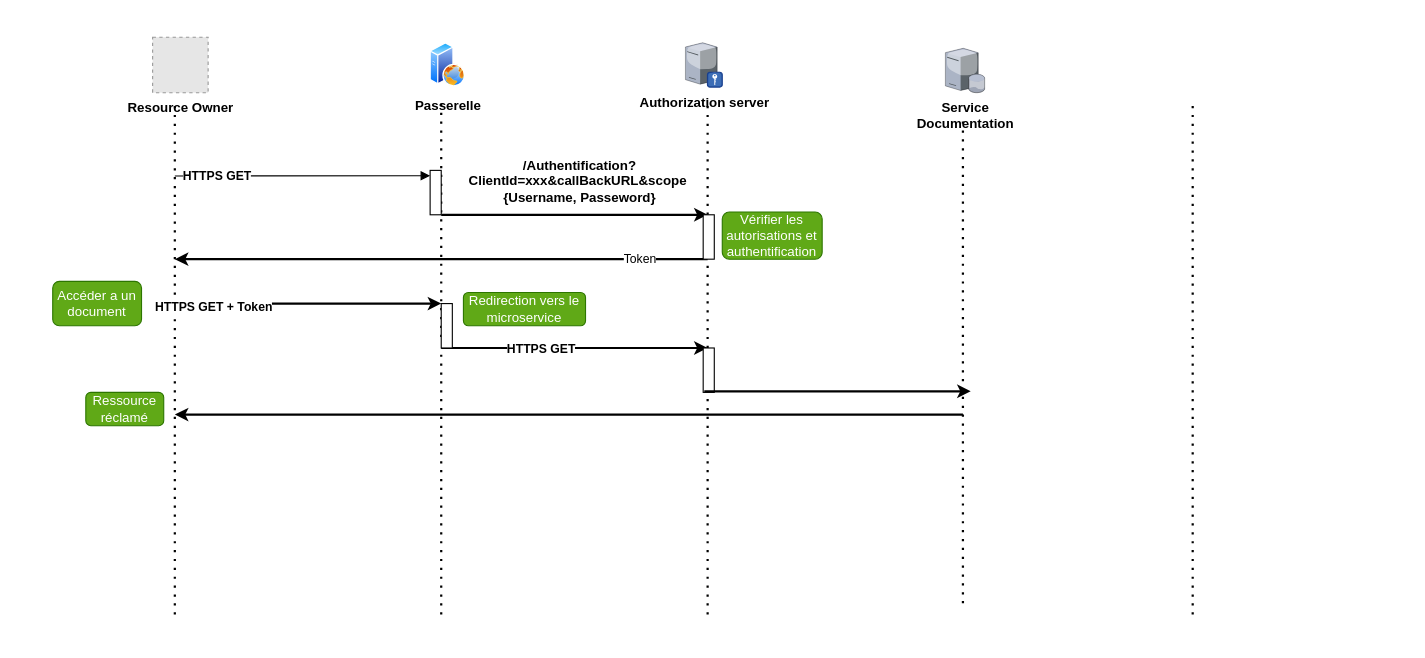
This is page "Diagr_SequenceAstraRecherche" (8 of 10) of AstraComponentDiagr.drawio from Lamessolo/ProjetLeadTech, a draw.io file, before an edit. Source tidied: cells renumbered, new cells numbered last; positions are measured from the earlier drawing's top-left corner, leaving out a move shared by most shapes. Both pictures are drawn from the tidied source at 111%, with x=0, y=0 at pixel (52, 37). Pictures stored in the file or linked from it are replaced by grey dashed boxes.
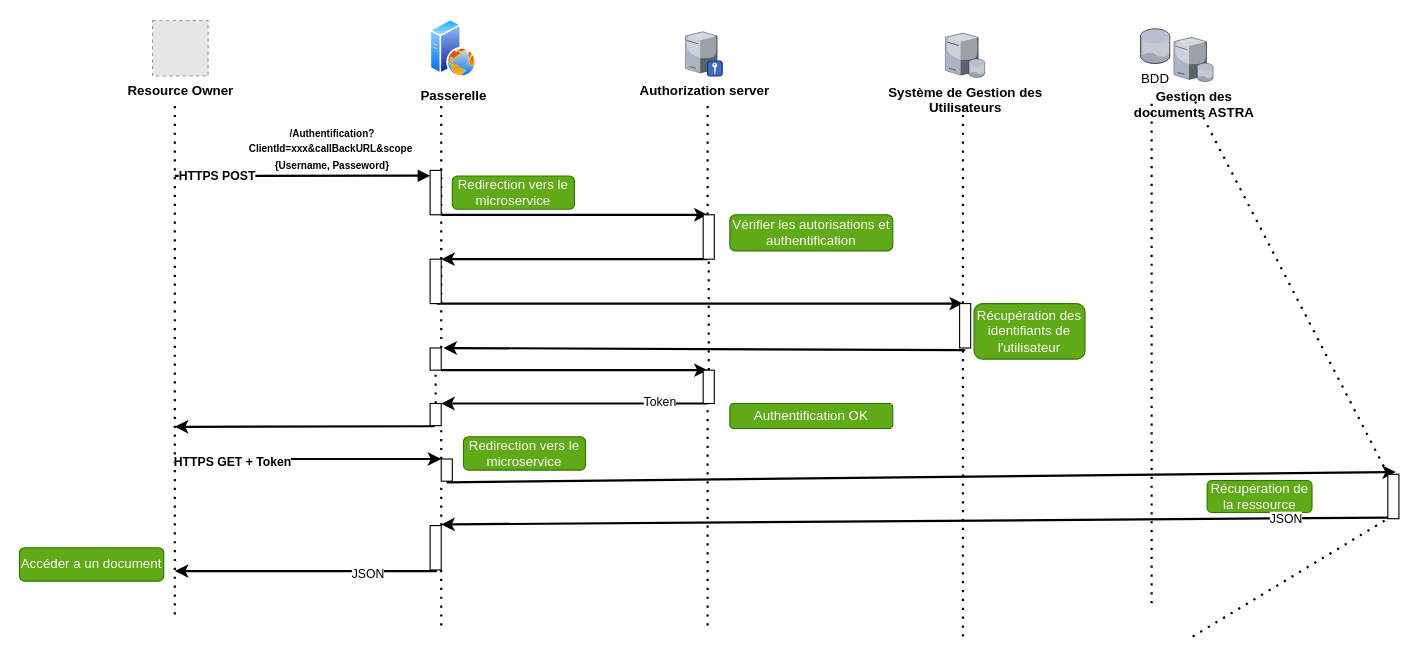
The same page after the edit.

The change refers to these unchanged cells:
```xml
<mxCell id="19" style="html=1;points=[];perimeter=orthogonalPerimeter;" parent="1" vertex="1">
  <mxGeometry x="340" y="120" width="10" height="40" as="geometry" />
</mxCell>
<mxCell id="22" style="html=1;points=[];perimeter=orthogonalPerimeter;" parent="1" vertex="1">
  <mxGeometry x="586" y="160" width="10" height="40" as="geometry" />
</mxCell>
```

Diff of the diagram source:
```diff
@@
     <mxCell id="2" value="&lt;b&gt;Resource Owner&lt;/b&gt;" style="fillColor=#E6E6E6;strokeColor=#999999;dashed=1;html=1;verticalAlign=top;verticalLabelPosition=bottom;labelBackgroundColor=#ffffff;" parent="1" vertex="1">
-      <mxGeometry x="90" width="50" height="50" as="geometry" />
+      <mxGeometry x="90" y="-15" width="50" height="50" as="geometry" />
     </mxCell>
@@
     <mxCell id="4" value="&lt;b&gt;Passerelle&lt;/b&gt;" style="perimeter=ellipsePerimeter;html=1;align=center;shadow=0;dashed=0;spacingTop=3;image;image=img/lib/active_directory/web_server.svg;" parent="1" vertex="1">
-      <mxGeometry x="340" y="5" width="32" height="40" as="geometry" />
+      <mxGeometry x="340" y="-16.2" width="42" height="52.5" as="geometry" />
     </mxCell>
-    <mxCell id="5" style="endArrow=none;dashed=1;html=1;dashPattern=1 3;strokeWidth=2;" parent="1" edge="1">
+    <mxCell id="5" style="endArrow=none;dashed=1;html=1;dashPattern=1 3;strokeWidth=2;" parent="1" edge="1" source="38">
       <mxGeometry relative="1" as="geometry">
-        <mxPoint x="350" y="270" as="sourcePoint" />
         <mxPoint x="350" y="60" as="targetPoint" />
       </mxGeometry>
     </mxCell>
     <mxCell id="6" value="&lt;b&gt;Authorization server&lt;/b&gt;" style="verticalLabelPosition=bottom;html=1;verticalAlign=top;strokeColor=none;align=center;shape=mxgraph.citrix.radius_server;" parent="1" vertex="1">
-      <mxGeometry x="570" y="5" width="33.2" height="40" as="geometry" />
+      <mxGeometry x="570" y="-5" width="33.2" height="40" as="geometry" />
     </mxCell>
@@
-    <mxCell id="9" value="&lt;b&gt;/Authentification?ClientId=xxx&amp;amp;callBackURL&amp;amp;scope&amp;nbsp; {Username, Passeword}&lt;/b&gt;" style="text;html=1;strokeColor=none;fillColor=none;align=center;verticalAlign=middle;whiteSpace=wrap;rounded=0;" parent="1" vertex="1">
-      <mxGeometry x="376.5" y="110" width="196" height="40" as="geometry" />
+    <mxCell id="9" value="&lt;b&gt;&lt;font style=&quot;font-size: 9px&quot;&gt;/Authentification?ClientId=xxx&amp;amp;callBackURL&amp;amp;scope&amp;nbsp; {Username, Passeword}&lt;/font&gt;&lt;/b&gt;" style="text;html=1;strokeColor=none;fillColor=none;align=center;verticalAlign=middle;whiteSpace=wrap;rounded=0;" parent="1" vertex="1">
+      <mxGeometry x="154" y="80" width="196" height="40" as="geometry" />
     </mxCell>
     <mxCell id="10" style="endArrow=classic;html=1;strokeWidth=2;" parent="1" edge="1">
       <mxGeometry relative="1" as="geometry">
         <mxPoint x="590" y="200" as="sourcePoint" />
-        <mxPoint x="110" y="200" as="targetPoint" />
+        <mxPoint x="350" y="200" as="targetPoint" />
       </mxGeometry>
     </mxCell>
-    <mxCell id="11" value="Token" style="edgeLabel;html=1;align=center;verticalAlign=middle;" parent="10" vertex="1">
-      <mxGeometry x="-0.74" y="-1" relative="1" as="geometry" />
-    </mxCell>
     <mxCell id="12" style="endArrow=classic;html=1;strokeWidth=2;" parent="1" edge="1">
       <mxGeometry relative="1" as="geometry">
-        <mxPoint x="110" y="240" as="sourcePoint" />
-        <mxPoint x="350" y="240" as="targetPoint" />
+        <mxPoint x="130" y="380" as="sourcePoint" />
+        <mxPoint x="350" y="380" as="targetPoint" />
       </mxGeometry>
     </mxCell>
@@
     <mxCell id="14" style="endArrow=classic;html=1;strokeWidth=2;" parent="1" edge="1">
       <mxGeometry relative="1" as="geometry">
-        <mxPoint x="350" y="280" as="sourcePoint" />
-        <mxPoint x="590" y="280" as="targetPoint" />
+        <mxPoint x="346" y="240" as="sourcePoint" />
+        <mxPoint x="820" y="240" as="targetPoint" />
         <Array as="points">
-          <mxPoint x="490" y="280" />
+          <mxPoint x="486" y="240" />
         </Array>
       </mxGeometry>
     </mxCell>
-    <mxCell id="15" value="&lt;b&gt;HTTPS GET&lt;/b&gt;" style="edgeLabel;html=1;align=center;verticalAlign=middle;" parent="14" vertex="1">
-      <mxGeometry x="-0.26" relative="1" as="geometry" />
-    </mxCell>
     <mxCell id="16" value="Vérifier les autorisations et authentification" style="rounded=1;whiteSpace=wrap;html=1;strokeColor=#2D7600;fillColor=#60a917;fontColor=#ffffff;" parent="1" vertex="1">
-      <mxGeometry x="603.2" y="157.5" width="90" height="42.5" as="geometry" />
+      <mxGeometry x="610" y="160" width="146.8" height="32.5" as="geometry" />
     </mxCell>
     <mxCell id="17" value="Redirection vers le microservice" style="rounded=1;whiteSpace=wrap;html=1;strokeColor=#2D7600;fillColor=#60a917;fontColor=#ffffff;" parent="1" vertex="1">
-      <mxGeometry x="370" y="230" width="110" height="30" as="geometry" />
+      <mxGeometry x="360" y="125" width="110" height="30" as="geometry" />
     </mxCell>
     <mxCell id="18" style="endArrow=classic;html=1;strokeWidth=2;" parent="1" edge="1">
       <mxGeometry relative="1" as="geometry">
-        <mxPoint x="820" y="340" as="sourcePoint" />
-        <mxPoint x="110" y="340" as="targetPoint" />
+        <mxPoint x="590" y="330" as="sourcePoint" />
+        <mxPoint x="350" y="330" as="targetPoint" />
       </mxGeometry>
     </mxCell>
+    <mxCell id="11" value="Token" style="edgeLabel;html=1;align=center;verticalAlign=middle;" parent="18" vertex="1">
+      <mxGeometry x="-0.63" y="-2" relative="1" as="geometry" />
+    </mxCell>
@@
-    <mxCell id="20" style="html=1;verticalAlign=bottom;endArrow=block;entryX=0;entryY=0.12;entryDx=0;entryDy=0;entryPerimeter=0;" parent="1" edge="1" target="19">
+    <mxCell id="20" style="html=1;verticalAlign=bottom;endArrow=block;entryX=0;entryY=0.12;entryDx=0;entryDy=0;entryPerimeter=0;strokeWidth=2;" parent="1" edge="1" target="19">
       <mxGeometry x="-0.05" y="12" relative="1" as="geometry">
         <mxPoint x="110" y="125" as="sourcePoint" />
       </mxGeometry>
     </mxCell>
-    <mxCell id="21" value="&lt;b&gt;HTTPS GET&lt;/b&gt;" style="edgeLabel;html=1;align=center;verticalAlign=middle;" parent="20" vertex="1">
+    <mxCell id="21" value="&lt;b&gt;HTTPS POST&lt;/b&gt;" style="edgeLabel;html=1;align=center;verticalAlign=middle;" parent="20" vertex="1">
       <mxGeometry x="-0.67" relative="1" as="geometry" />
     </mxCell>
@@
-    <mxCell id="23" style="endArrow=none;dashed=1;html=1;dashPattern=1 3;strokeWidth=2;" parent="1" edge="1" target="22">
-      <mxGeometry relative="1" as="geometry">
-        <mxPoint x="590" y="520" as="sourcePoint" />
-      </mxGeometry>
+    <mxCell id="23" style="endArrow=none;dashed=1;html=1;dashPattern=1 3;strokeWidth=2;" parent="1" edge="1" source="41" target="22">
+      <mxGeometry relative="1" as="geometry" />
     </mxCell>
-    <mxCell id="24" style="endArrow=none;dashed=1;html=1;dashPattern=1 3;strokeWidth=2;" parent="1" edge="1">
+    <mxCell id="24" style="endArrow=none;dashed=1;html=1;dashPattern=1 3;strokeWidth=2;" parent="1" edge="1" source="32">
       <mxGeometry relative="1" as="geometry">
-        <mxPoint x="820" y="510" as="sourcePoint" />
-        <mxPoint x="820" y="70" as="targetPoint" />
+        <mxPoint x="820" y="60" as="targetPoint" />
       </mxGeometry>
     </mxCell>
-    <mxCell id="25" style="endArrow=none;dashed=1;html=1;dashPattern=1 3;strokeWidth=2;" parent="1" edge="1" source="26">
+    <mxCell id="25" style="endArrow=none;dashed=1;html=1;dashPattern=1 3;strokeWidth=2;" parent="1" edge="1">
       <mxGeometry relative="1" as="geometry">
-        <mxPoint x="350" y="240" as="targetPoint" />
+        <mxPoint x="380" y="410" as="sourcePoint" />
+        <mxPoint x="380" y="410" as="targetPoint" />
       </mxGeometry>
     </mxCell>
-    <mxCell id="26" style="html=1;points=[];perimeter=orthogonalPerimeter;" parent="1" vertex="1">
-      <mxGeometry x="350" y="240" width="10" height="40" as="geometry" />
-    </mxCell>
-    <mxCell id="27" style="endArrow=none;dashed=1;html=1;dashPattern=1 3;strokeWidth=2;" parent="1" edge="1" target="26">
-      <mxGeometry relative="1" as="geometry">
-        <mxPoint x="350" y="520" as="sourcePoint" />
-      </mxGeometry>
-    </mxCell>
-    <mxCell id="28" value="&lt;b&gt;Service &lt;br&gt;Documentation&lt;/b&gt;" style="verticalLabelPosition=bottom;html=1;verticalAlign=top;strokeColor=none;align=center;shape=mxgraph.citrix.database_server;" parent="1" vertex="1">
-      <mxGeometry x="804.2" y="10" width="35.5" height="40" as="geometry" />
+    <mxCell id="28" value="&lt;b&gt;Gestion des &lt;br&gt;documents ASTRA&lt;/b&gt;" style="verticalLabelPosition=bottom;html=1;verticalAlign=top;strokeColor=none;align=center;shape=mxgraph.citrix.database_server;" parent="1" vertex="1">
+      <mxGeometry x="1010" width="35.5" height="40" as="geometry" />
     </mxCell>
-    <mxCell id="29" style="endArrow=none;dashed=1;html=1;dashPattern=1 3;strokeWidth=2;" parent="1" edge="1">
+    <mxCell id="29" style="endArrow=none;dashed=1;html=1;dashPattern=1 3;strokeWidth=2;" parent="1" edge="1" source="55">
       <mxGeometry relative="1" as="geometry">
-        <mxPoint x="1027" y="520" as="sourcePoint" />
-        <mxPoint x="1027" y="60" as="targetPoint" />
+        <mxPoint x="1027" y="53.8" as="targetPoint" />
       </mxGeometry>
     </mxCell>
-    <mxCell id="30" value="Ressource réclamé" style="rounded=1;whiteSpace=wrap;html=1;strokeColor=#2D7600;fillColor=#60a917;fontColor=#ffffff;" parent="1" vertex="1">
-      <mxGeometry x="29.8" y="320" width="70.2" height="30" as="geometry" />
-    </mxCell>
     <mxCell id="31" value="Accéder a un document" style="rounded=1;whiteSpace=wrap;html=1;strokeColor=#2D7600;fillColor=#60a917;fontColor=#ffffff;" parent="1" vertex="1">
-      <mxGeometry y="220" width="80" height="40" as="geometry" />
+      <mxGeometry x="-30" y="460" width="130" height="30" as="geometry" />
     </mxCell>
+    <mxCell id="34" value="&lt;b&gt;Système&amp;nbsp;de Gestion des &lt;/b&gt;&lt;br&gt;&lt;b&gt;Utilisateurs&lt;/b&gt;" style="verticalLabelPosition=bottom;html=1;verticalAlign=top;strokeColor=none;align=center;shape=mxgraph.citrix.database_server;" parent="1" vertex="1">
+      <mxGeometry x="804.2" y="-3.8" width="35.5" height="40" as="geometry" />
+    </mxCell>
+    <mxCell id="35" style="html=1;perimeter=orthogonalPerimeter;" parent="1" vertex="1">
+      <mxGeometry x="340" y="200" width="10" height="40" as="geometry" />
+    </mxCell>
     <mxCell id="32" style="html=1;points=[];perimeter=orthogonalPerimeter;" parent="1" vertex="1">
-      <mxGeometry x="586" y="280" width="10" height="40" as="geometry" />
+      <mxGeometry x="817" y="240" width="10" height="40" as="geometry" />
     </mxCell>
-    <mxCell id="33" style="endArrow=classic;html=1;strokeWidth=2;" parent="1" edge="1">
-      <mxGeometry relative="1" as="geometry">
-        <mxPoint x="587" y="319" as="sourcePoint" />
-        <mxPoint x="827" y="319" as="targetPoint" />
-        <Array as="points">
-          <mxPoint x="727" y="319" />
-        </Array>
-      </mxGeometry>
-    </mxCell>
+    <mxCell id="36" style="endArrow=none;dashed=1;html=1;dashPattern=1 3;strokeWidth=2;" parent="1" edge="1" target="32">
+      <mxGeometry relative="1" as="geometry">
+        <mxPoint x="820" y="540" as="sourcePoint" />
+      </mxGeometry>
+    </mxCell>
+    <mxCell id="37" style="endArrow=classic;html=1;strokeWidth=2;exitX=0.5;exitY=1.05;exitDx=0;exitDy=0;exitPerimeter=0;entryX=1.2;entryY=0;entryDx=0;entryDy=0;entryPerimeter=0;" parent="1" edge="1" source="32" target="38">
+      <mxGeometry relative="1" as="geometry" />
+    </mxCell>
+    <mxCell id="38" style="html=1;points=[];perimeter=orthogonalPerimeter;" parent="1" vertex="1">
+      <mxGeometry x="340" y="280" width="10" height="20" as="geometry" />
+    </mxCell>
+    <mxCell id="39" style="endArrow=none;dashed=1;html=1;dashPattern=1 3;strokeWidth=2;" parent="1" edge="1" source="45" target="38">
+      <mxGeometry relative="1" as="geometry" />
+    </mxCell>
+    <mxCell id="40" style="endArrow=classic;html=1;strokeWidth=2;" parent="1" edge="1">
+      <mxGeometry relative="1" as="geometry">
+        <mxPoint x="350" y="300" as="sourcePoint" />
+        <mxPoint x="590" y="300" as="targetPoint" />
+      </mxGeometry>
+    </mxCell>
+    <mxCell id="41" style="html=1;points=[];perimeter=orthogonalPerimeter;" parent="1" vertex="1">
+      <mxGeometry x="586" y="300" width="10" height="30" as="geometry" />
+    </mxCell>
+    <mxCell id="42" style="endArrow=none;dashed=1;html=1;dashPattern=1 3;strokeWidth=2;" parent="1" edge="1" target="41">
+      <mxGeometry relative="1" as="geometry">
+        <mxPoint x="590" y="530" as="sourcePoint" />
+      </mxGeometry>
+    </mxCell>
+    <mxCell id="43" value="Authentification OK" style="rounded=1;whiteSpace=wrap;html=1;strokeColor=#2D7600;fillColor=#60a917;fontColor=#ffffff;" parent="1" vertex="1">
+      <mxGeometry x="610" y="330" width="146.8" height="22.5" as="geometry" />
+    </mxCell>
+    <mxCell id="44" value="Récupération des identifiants de l'utilisateur" style="rounded=1;whiteSpace=wrap;html=1;strokeColor=#2D7600;fillColor=#60a917;fontColor=#ffffff;" parent="1" vertex="1">
+      <mxGeometry x="830" y="240" width="100" height="50" as="geometry" />
+    </mxCell>
+    <mxCell id="45" style="html=1;points=[];perimeter=orthogonalPerimeter;" parent="1" vertex="1">
+      <mxGeometry x="340" y="330" width="10" height="20" as="geometry" />
+    </mxCell>
+    <mxCell id="46" style="endArrow=none;dashed=1;html=1;dashPattern=1 3;strokeWidth=2;" parent="1" edge="1" source="48" target="45">
+      <mxGeometry relative="1" as="geometry" />
+    </mxCell>
+    <mxCell id="47" style="endArrow=classic;html=1;strokeWidth=2;exitX=0.4;exitY=1.025;exitDx=0;exitDy=0;exitPerimeter=0;" parent="1" edge="1" source="45">
+      <mxGeometry relative="1" as="geometry">
+        <mxPoint x="110" y="351" as="targetPoint" />
+      </mxGeometry>
+    </mxCell>
+    <mxCell id="48" style="html=1;points=[];perimeter=orthogonalPerimeter;" parent="1" vertex="1">
+      <mxGeometry x="350" y="380" width="10" height="20" as="geometry" />
+    </mxCell>
+    <mxCell id="49" style="endArrow=none;dashed=1;html=1;dashPattern=1 3;strokeWidth=2;" parent="1" edge="1" source="57" target="48">
+      <mxGeometry relative="1" as="geometry" />
+    </mxCell>
+    <mxCell id="50" style="endArrow=classic;html=1;strokeWidth=2;exitX=0.5;exitY=1.05;exitDx=0;exitDy=0;exitPerimeter=0;entryX=0.722;entryY=-0.05;entryDx=0;entryDy=0;entryPerimeter=0;" parent="1" edge="1" source="48" target="55">
+      <mxGeometry relative="1" as="geometry" />
+    </mxCell>
+    <mxCell id="51" value="Redirection vers le microservice" style="rounded=1;whiteSpace=wrap;html=1;strokeColor=#2D7600;fillColor=#60a917;fontColor=#ffffff;" parent="1" vertex="1">
+      <mxGeometry x="370" y="360" width="110" height="30" as="geometry" />
+    </mxCell>
+    <mxCell id="52" value="Récupération de la ressource" style="rounded=1;whiteSpace=wrap;html=1;strokeColor=#2D7600;fillColor=#60a917;fontColor=#ffffff;" parent="1" vertex="1">
+      <mxGeometry x="1040" y="399.4" width="94.5" height="28.8" as="geometry" />
+    </mxCell>
+    <mxCell id="53" style="endArrow=classic;html=1;strokeWidth=2;exitX=0.2;exitY=0.975;exitDx=0;exitDy=0;exitPerimeter=0;" parent="1" edge="1" source="55">
+      <mxGeometry relative="1" as="geometry">
+        <mxPoint x="350" y="439" as="targetPoint" />
+      </mxGeometry>
+    </mxCell>
+    <mxCell id="54" value="JSON" style="edgeLabel;html=1;align=center;verticalAlign=middle;" parent="53" vertex="1">
+      <mxGeometry x="-0.78" relative="1" as="geometry" />
+    </mxCell>
+    <mxCell id="55" style="html=1;points=[];perimeter=orthogonalPerimeter;" parent="1" vertex="1">
+      <mxGeometry x="1202.8" y="393.8" width="10" height="40" as="geometry" />
+    </mxCell>
+    <mxCell id="56" style="endArrow=none;dashed=1;html=1;dashPattern=1 3;strokeWidth=2;" parent="1" edge="1" target="55">
+      <mxGeometry relative="1" as="geometry">
+        <mxPoint x="1027" y="540" as="sourcePoint" />
+      </mxGeometry>
+    </mxCell>
+    <mxCell id="57" style="html=1;points=[];perimeter=orthogonalPerimeter;" parent="1" vertex="1">
+      <mxGeometry x="340" y="440" width="10" height="40" as="geometry" />
+    </mxCell>
+    <mxCell id="58" style="endArrow=none;dashed=1;html=1;dashPattern=1 3;strokeWidth=2;" parent="1" edge="1" target="57">
+      <mxGeometry relative="1" as="geometry">
+        <mxPoint x="350" y="530" as="sourcePoint" />
+      </mxGeometry>
+    </mxCell>
+    <mxCell id="59" style="endArrow=classic;html=1;strokeWidth=2;exitX=0.6;exitY=1.025;exitDx=0;exitDy=0;exitPerimeter=0;" parent="1" edge="1" source="57">
+      <mxGeometry relative="1" as="geometry">
+        <mxPoint x="110" y="481" as="targetPoint" />
+      </mxGeometry>
+    </mxCell>
+    <mxCell id="60" value="JSON" style="edgeLabel;html=1;align=center;verticalAlign=middle;" parent="59" vertex="1">
+      <mxGeometry x="-0.47" y="2" relative="1" as="geometry" />
+    </mxCell>
+    <mxCell id="61" value="BDD" style="verticalLabelPosition=bottom;html=1;verticalAlign=top;strokeColor=none;align=center;shape=mxgraph.citrix.database;" parent="1" vertex="1">
+      <mxGeometry x="980" y="-7.5" width="26.6" height="31.2" as="geometry" />
+    </mxCell>
+    <mxCell id="62" style="endArrow=none;dashed=1;html=1;dashPattern=1 3;strokeWidth=2;" parent="1" edge="1">
+      <mxGeometry relative="1" as="geometry">
+        <mxPoint x="990" y="510" as="sourcePoint" />
+        <mxPoint x="990" y="60" as="targetPoint" />
+      </mxGeometry>
+    </mxCell>
```
